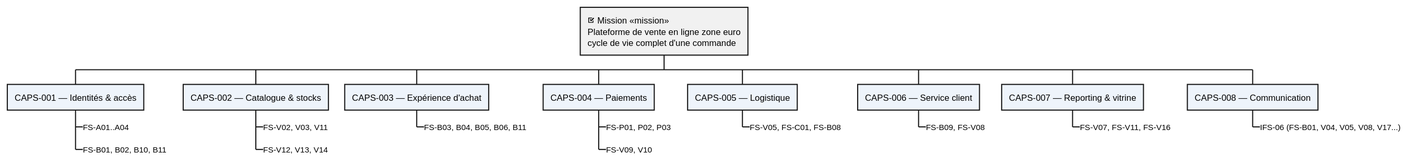
Above: architecture/02-system-analysis/diagrams/sa-mission-caps-functions.svg in louistalvande/online_shop (PlantUML), before the change.
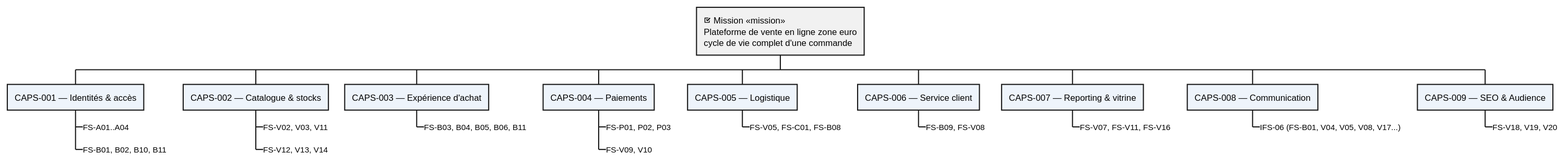
After the commit.

Change to the diagram source:
```diff
@@ -43,4 +43,7 @@
 
 ** CAPS-008 — Communication <<caps>>
 ***_ IFS-06 (FS-B01, V04, V05, V08, V17...) <<funcs>>
+
+** CAPS-009 — SEO & Audience <<caps>>
+***_ FS-V18, V19, V20 <<funcs>>
 @endwbs
```
